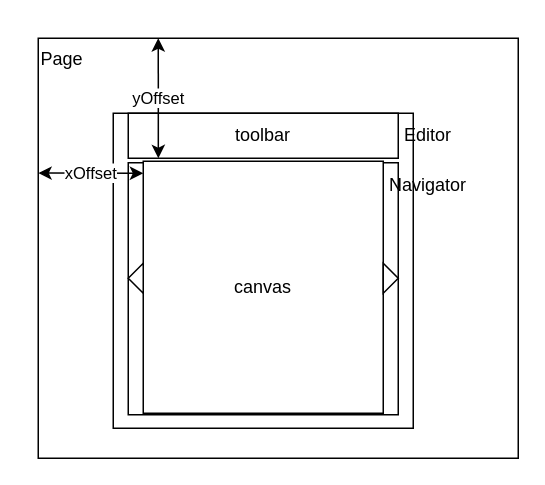
BeitIssieShapiro/IssieDocs keeps this draw.io diagram as page "Page-2" (2 of 2) of canvas-measures.drawio. Above is the earlier version. Source tidied: cells renumbered, new cells numbered last; positions are measured from the earlier drawing's top-left corner, leaving out a move shared by most shapes. Both pictures are drawn from the tidied source at 150%, with x=0, y=0 at pixel (38, 38).
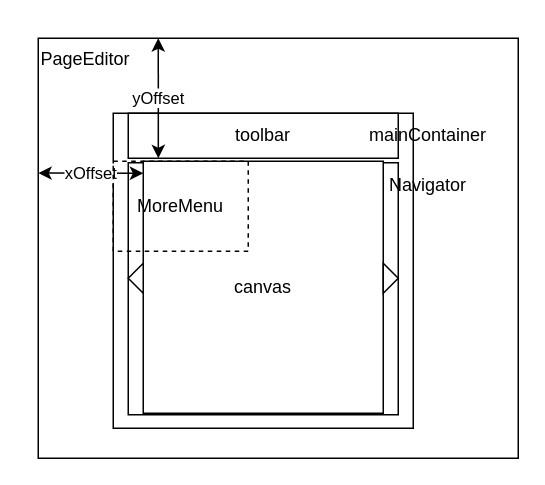
After the change.

Change to the diagram source:
```diff
@@
 <mxGraphModel>
   <root>
     <mxCell id="0" />
     <mxCell id="1" parent="0" />
-    <mxCell id="2" value="Page" style="rounded=0;whiteSpace=wrap;html=1;verticalAlign=top;align=left;" parent="1" vertex="1">
+    <mxCell id="2" value="PageEditor" style="rounded=0;whiteSpace=wrap;html=1;verticalAlign=top;align=left;" parent="1" vertex="1">
       <mxGeometry width="320" height="280" as="geometry" />
     </mxCell>
     <mxCell id="3" style="rounded=0;whiteSpace=wrap;html=1;" parent="1" vertex="1">
       <mxGeometry x="50" y="50" width="200" height="210" as="geometry" />
     </mxCell>
     <mxCell id="4" style="rounded=0;whiteSpace=wrap;html=1;" parent="1" vertex="1">
       <mxGeometry x="60" y="83" width="180" height="168" as="geometry" />
     </mxCell>
     <mxCell id="5" value="toolbar" style="rounded=0;whiteSpace=wrap;html=1;" parent="1" vertex="1">
       <mxGeometry x="60" y="50" width="180" height="30" as="geometry" />
     </mxCell>
     <mxCell id="6" value="canvas" style="rounded=0;whiteSpace=wrap;html=1;" parent="1" vertex="1">
       <mxGeometry x="70" y="82" width="160" height="168" as="geometry" />
     </mxCell>
     <mxCell id="7" style="triangle;whiteSpace=wrap;html=1;" parent="1" vertex="1">
       <mxGeometry x="230" y="150" width="10" height="20" as="geometry" />
     </mxCell>
     <mxCell id="8" style="triangle;whiteSpace=wrap;html=1;rotation=-180;" parent="1" vertex="1">
       <mxGeometry x="60" y="150" width="10" height="20" as="geometry" />
     </mxCell>
-    <mxCell id="9" value="Editor" style="text;html=1;strokeColor=none;fillColor=none;align=center;verticalAlign=middle;whiteSpace=wrap;rounded=0;" parent="1" vertex="1">
+    <mxCell id="9" value="mainContainer" style="text;html=1;strokeColor=none;fillColor=none;align=center;verticalAlign=middle;whiteSpace=wrap;rounded=0;" parent="1" vertex="1">
       <mxGeometry x="230" y="50" width="60" height="30" as="geometry" />
     </mxCell>
     <mxCell id="10" value="Navigator" style="text;html=1;strokeColor=none;fillColor=none;align=center;verticalAlign=middle;whiteSpace=wrap;rounded=0;" parent="1" vertex="1">
       <mxGeometry x="230" y="83" width="60" height="30" as="geometry" />
     </mxCell>
     <mxCell id="11" value="xOffset" style="endArrow=classic;startArrow=classic;html=1;entryX=0;entryY=0.321;entryDx=0;entryDy=0;entryPerimeter=0;" parent="1" edge="1" target="2">
       <mxGeometry relative="1" as="geometry">
         <mxPoint x="70" y="90" as="sourcePoint" />
       </mxGeometry>
     </mxCell>
     <mxCell id="12" value="yOffset" style="endArrow=classic;startArrow=classic;html=1;entryX=0.25;entryY=0;entryDx=0;entryDy=0;exitX=0.063;exitY=-0.012;exitDx=0;exitDy=0;exitPerimeter=0;" parent="1" edge="1" source="6" target="2">
       <mxGeometry relative="1" as="geometry" />
     </mxCell>
+    <mxCell id="13" value="MoreMenu" style="rounded=0;whiteSpace=wrap;html=1;fillColor=none;dashed=1;" parent="1" vertex="1">
+      <mxGeometry x="50" y="82" width="90" height="60" as="geometry" />
+    </mxCell>
   </root>
 </mxGraphModel>
```
